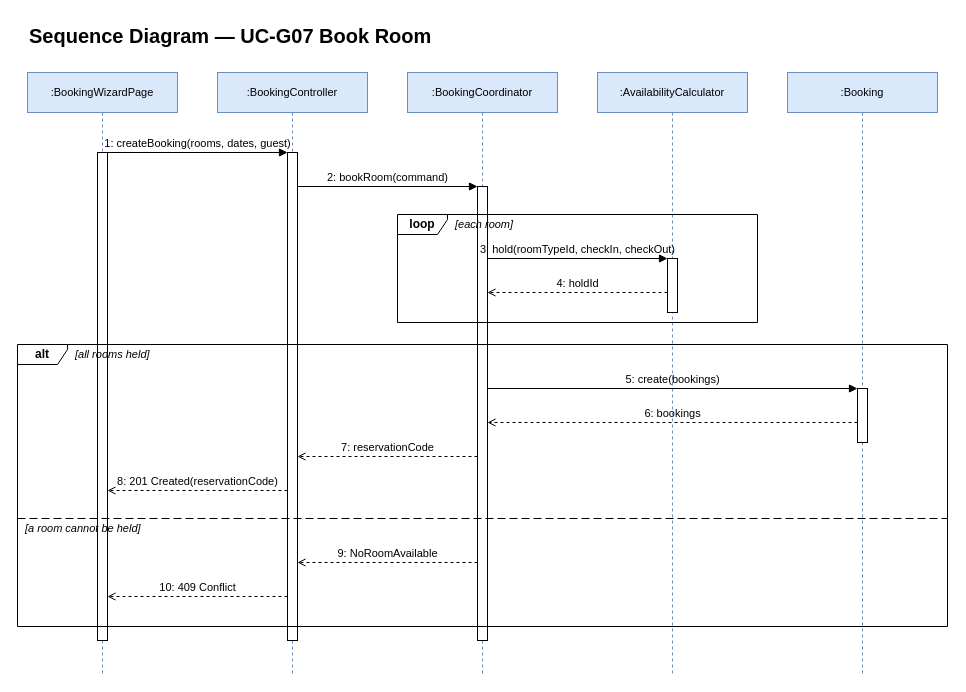
Earlier version of the draw.io diagram diagrams/sequence_diagrams/UC-G07_Customer_Book_Room_SequenceDiagram.drawio (toikobi401/SWD392). Source tidied: cells renumbered, new cells numbered last; positions are measured from the earlier drawing's top-left corner, leaving out a move shared by most shapes. Both pictures are drawn from the tidied source at 100%, with x=0, y=0 at pixel (17, 17).
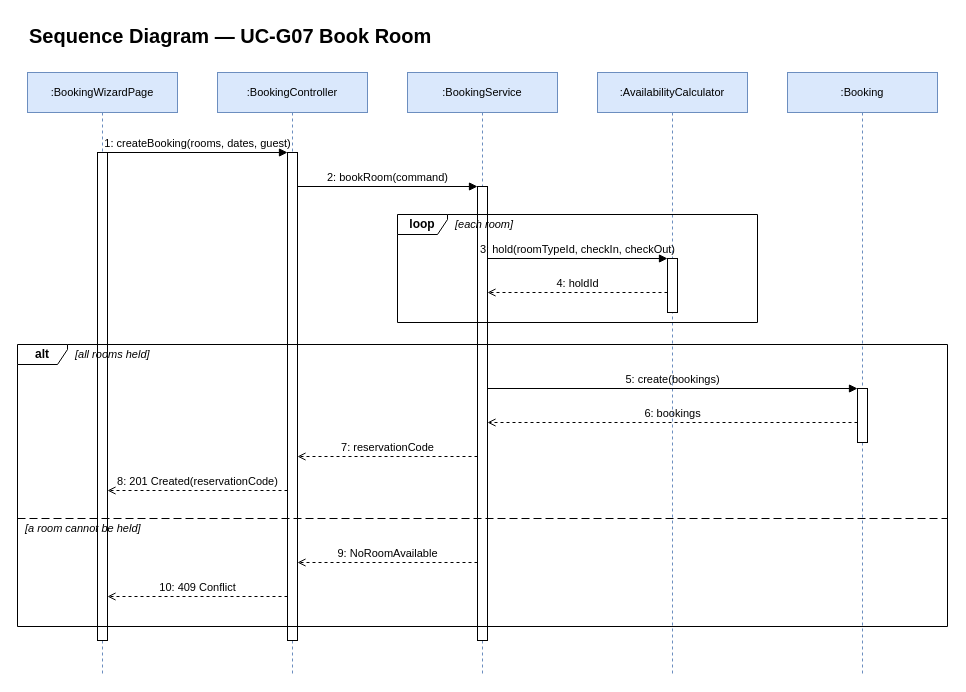
Above is the later version.

What changed in the source:
```diff
@@
-    <mxCell id="4" value=":BookingCoordinator" style="shape=umlLifeline;perimeter=lifelinePerimeter;whiteSpace=wrap;html=1;size=40;fillColor=#dae8fc;strokeColor=#6c8ebf;fontSize=11;" parent="1" vertex="1">
+    <mxCell id="4" value=":BookingService" style="shape=umlLifeline;perimeter=lifelinePerimeter;whiteSpace=wrap;html=1;size=40;fillColor=#dae8fc;strokeColor=#6c8ebf;fontSize=11;" parent="1" vertex="1">
       <mxGeometry x="390" y="55" width="150" height="602" as="geometry" />
     </mxCell>
```
